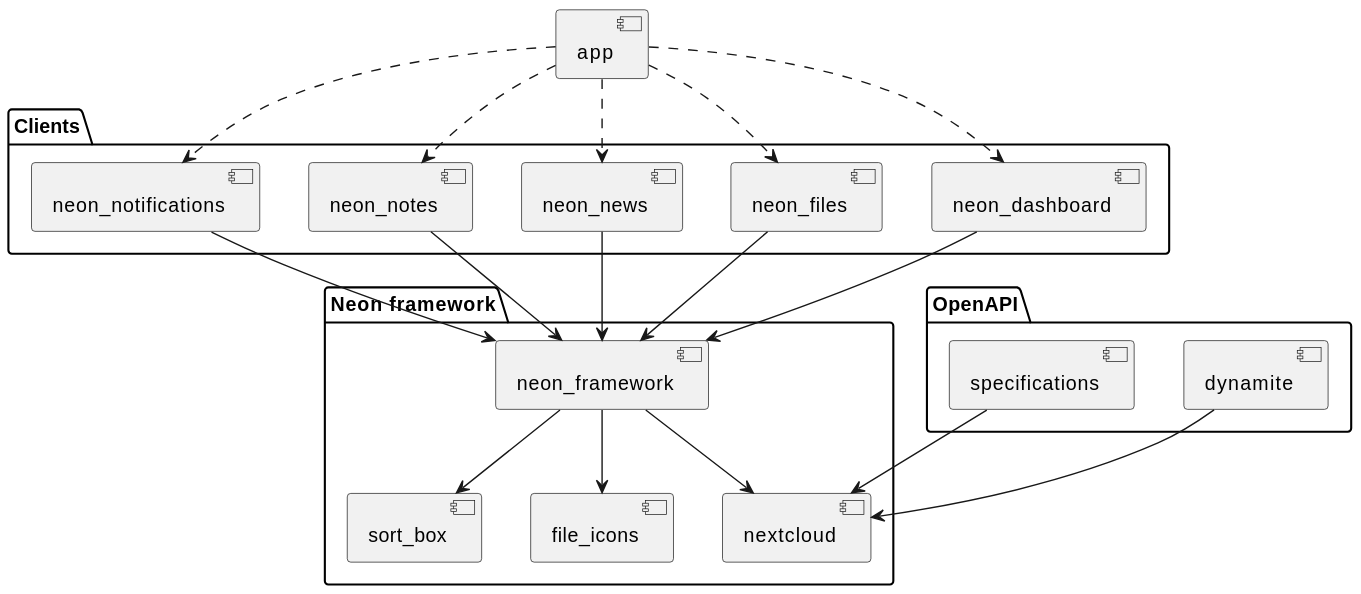
nextcloud/neon keeps this PlantUML diagram as docs/architecture.svg. Above is the earlier version.
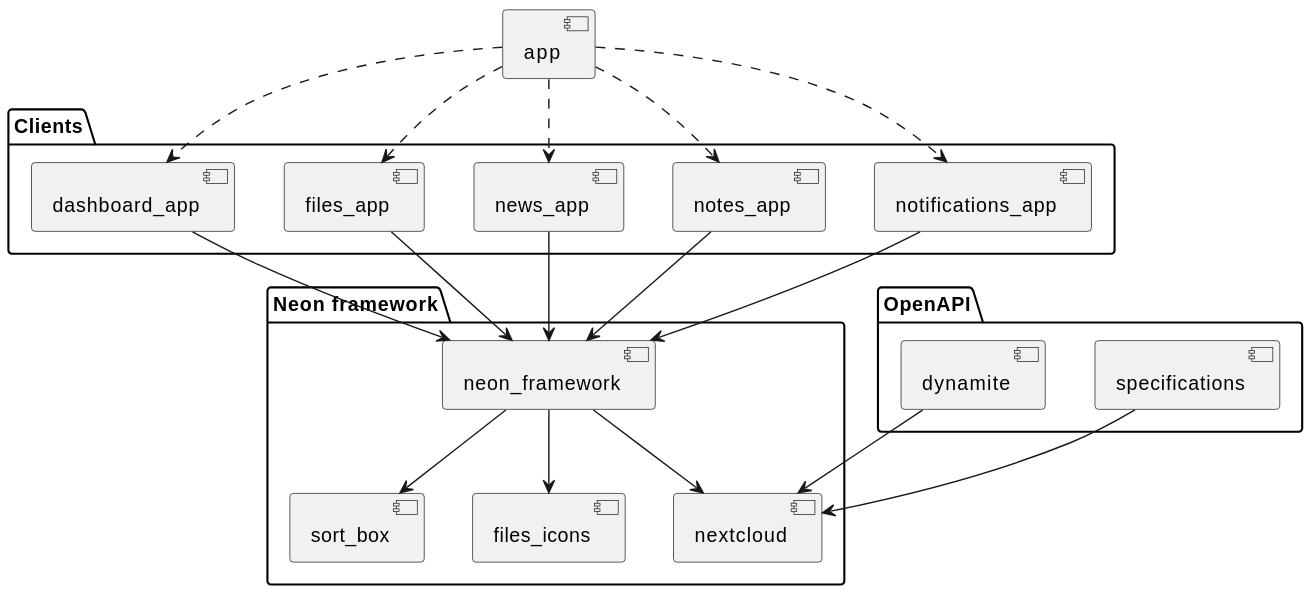
Above is the later version.

Change to the diagram source:
```diff
@@ -3,15 +3,15 @@
     component neon_framework
     component nextcloud
     component sort_box
-    component file_icons
+    component files_icons
 }
 
 package "Clients" {
-    component neon_dashboard
-    component neon_files
-    component neon_news
-    component neon_notes
-    component neon_notifications
+    component dashboard_app
+    component files_app
+    component news_app
+    component notes_app
+    component notifications_app
 }
 
 package "OpenAPI" {
@@ -21,22 +21,22 @@
 
 component app
 
-app ..> neon_dashboard
-app ..> neon_files
-app ..> neon_news
-app ..> neon_notes
-app ..> neon_notifications
+app ..> dashboard_app
+app ..> files_app
+app ..> news_app
+app ..> notes_app
+app ..> notifications_app
 
-neon_dashboard --> neon_framework
-neon_files --> neon_framework
-neon_news --> neon_framework
-neon_notes --> neon_framework
-neon_notifications --> neon_framework
+dashboard_app --> neon_framework
+files_app --> neon_framework
+news_app --> neon_framework
+notes_app --> neon_framework
+notifications_app --> neon_framework
 
 
 neon_framework --> nextcloud
 neon_framework --> sort_box
-neon_framework --> file_icons
+neon_framework --> files_icons
 
 dynamite --> nextcloud
 specifications --> nextcloud
```
